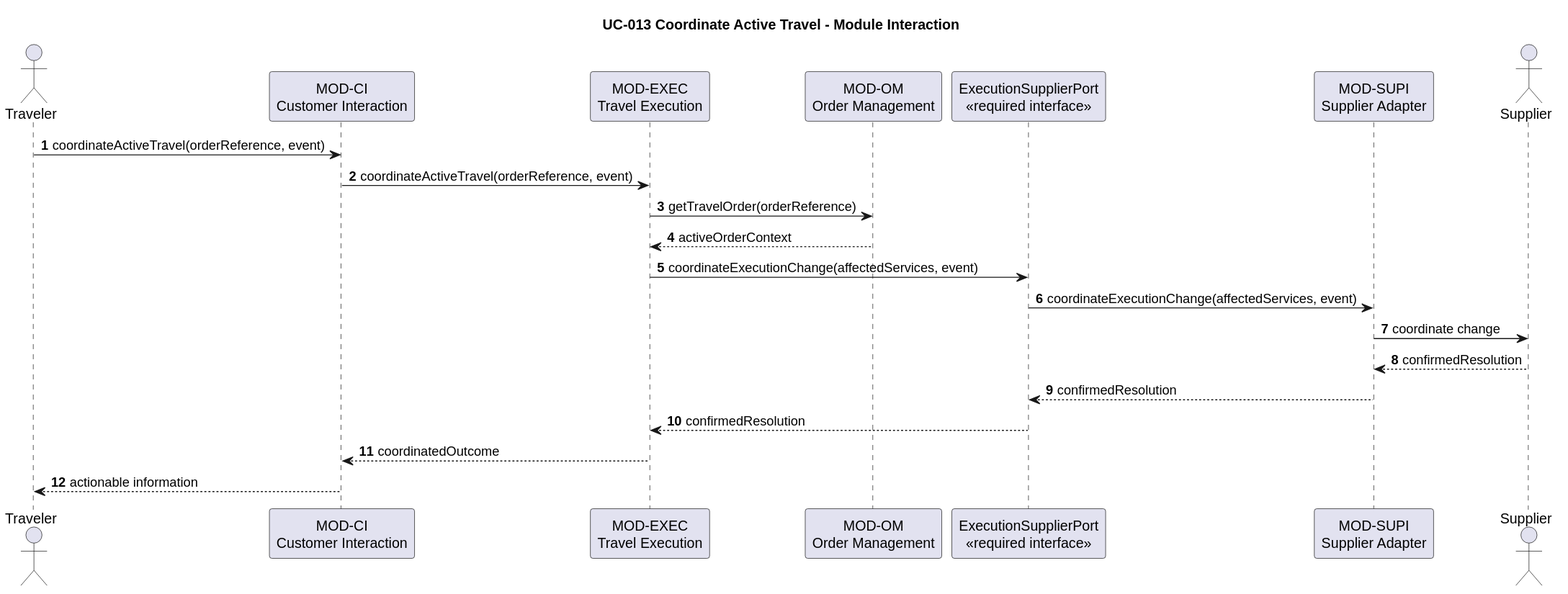
Before: docs/architecture/software-architecture/uc-013-coordinate-active-travel.svg, a diagram exported from PlantUML (hochschule-darmstadt/a3se_app).
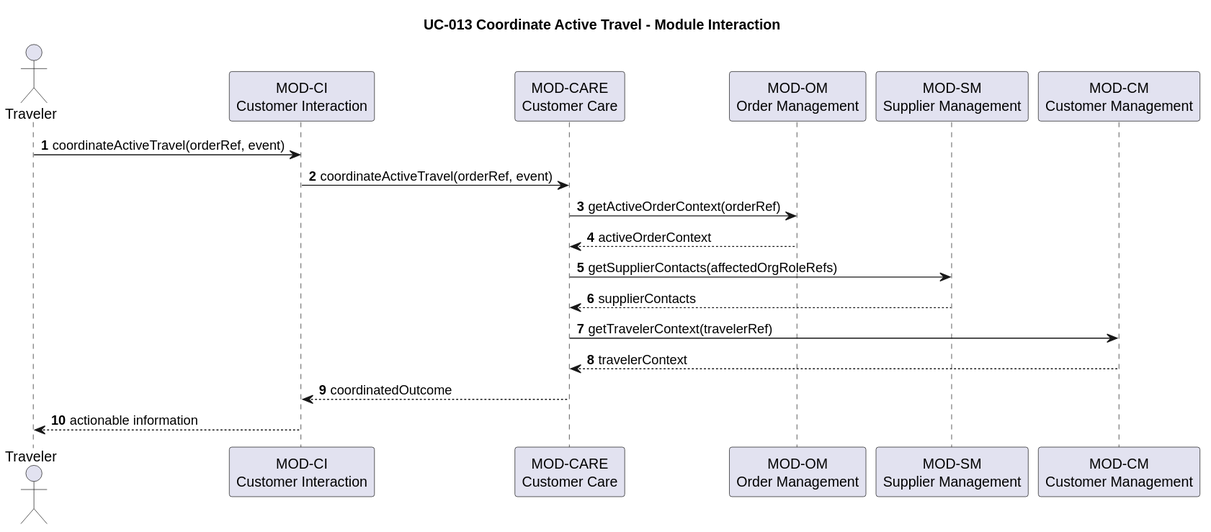
Later version of the same file.

The edit, as a diff of the source:
```diff
@@ -3,22 +3,19 @@
 autonumber
 actor Traveler
 participant "MOD-CI\nCustomer Interaction" as CI
-participant "MOD-EXEC\nTravel Execution" as EXEC
+participant "MOD-CARE\nCustomer Care" as CARE
 participant "MOD-OM\nOrder Management" as OM
-participant "ExecutionSupplierPort\n<<required interface>>" as PORT
-participant "MOD-SUPI\nSupplier Adapter" as SUPI
-actor Supplier
+participant "MOD-SM\nSupplier Management" as SM
+participant "MOD-CM\nCustomer Management" as CM
 
-Traveler -> CI: coordinateActiveTravel(orderReference, event)
-CI -> EXEC: coordinateActiveTravel(orderReference, event)
-EXEC -> OM: getTravelOrder(orderReference)
-OM --> EXEC: activeOrderContext
-EXEC -> PORT: coordinateExecutionChange(affectedServices, event)
-PORT -> SUPI: coordinateExecutionChange(affectedServices, event)
-SUPI -> Supplier: coordinate change
-Supplier --> SUPI: confirmedResolution
-SUPI --> PORT: confirmedResolution
-PORT --> EXEC: confirmedResolution
-EXEC --> CI: coordinatedOutcome
+Traveler -> CI: coordinateActiveTravel(orderRef, event)
+CI -> CARE: coordinateActiveTravel(orderRef, event)
+CARE -> OM: getActiveOrderContext(orderRef)
+OM --> CARE: activeOrderContext
+CARE -> SM: getSupplierContacts(affectedOrgRoleRefs)
+SM --> CARE: supplierContacts
+CARE -> CM: getTravelerContext(travelerRef)
+CM --> CARE: travelerContext
+CARE --> CI: coordinatedOutcome
 CI --> Traveler: actionable information
 @enduml
```
